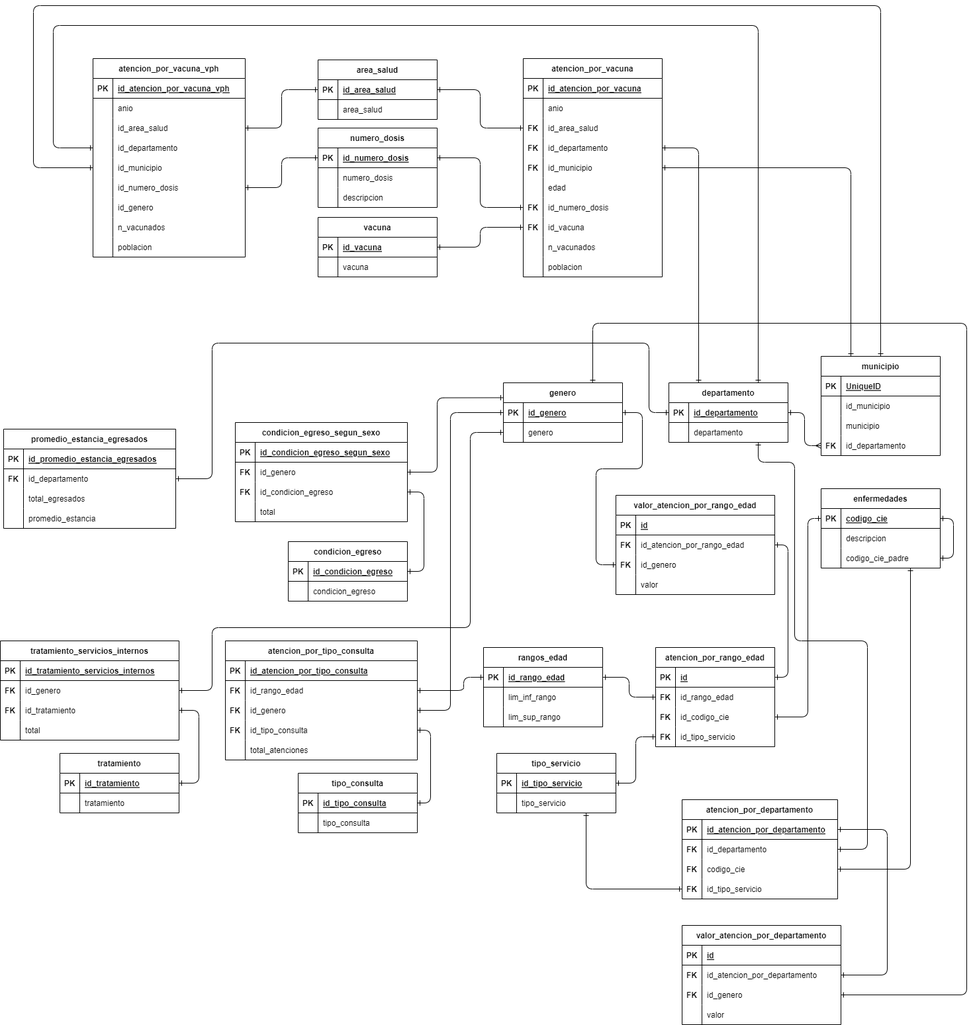
Earlier version of the draw.io export diagrama_de_tablas.png (cresb-49/Practica_Salud_BD1). Source tidied: cells renumbered, new cells last; positions are measured from the earlier drawing's top-left corner, leaving out a move shared by most shapes.
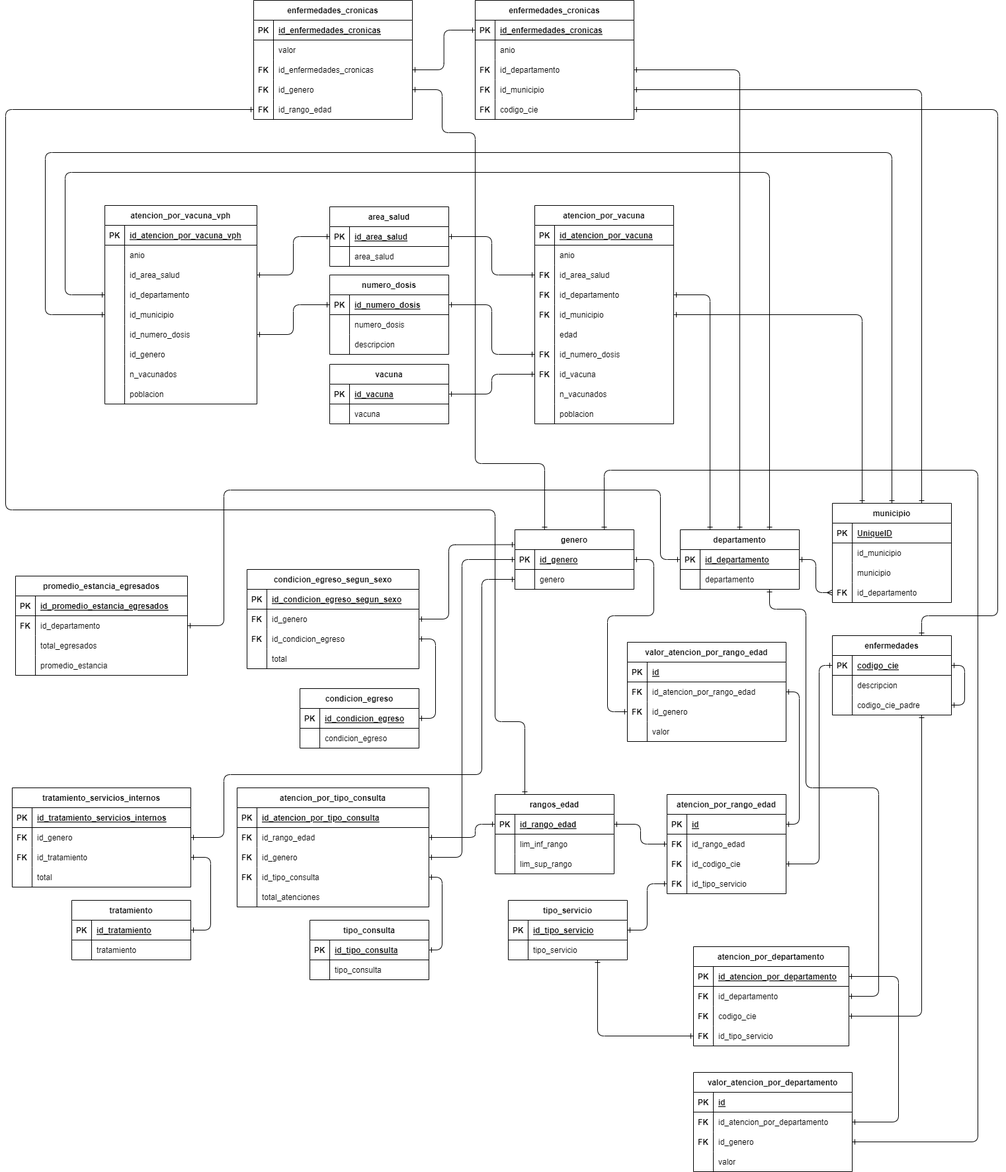
Above is the later version.

Change to the diagram source:
```diff
@@ -19,6 +19,17 @@
         </Array>
       </mxGeometry>
     </mxCell>
+    <mxCell id="296" style="edgeStyle=orthogonalEdgeStyle;html=1;exitX=0.25;exitY=0;exitDx=0;exitDy=0;entryX=1;entryY=0.5;entryDx=0;entryDy=0;startArrow=ERone;startFill=0;endArrow=ERone;endFill=0;" parent="1" edge="1" source="4" target="327">
+      <mxGeometry relative="1" as="geometry">
+        <Array as="points">
+          <mxPoint x="805" y="470" />
+          <mxPoint x="700" y="470" />
+          <mxPoint x="700" y="-30" />
+          <mxPoint x="650" y="-30" />
+          <mxPoint x="650" y="-95" />
+        </Array>
+      </mxGeometry>
+    </mxCell>
     <mxCell id="4" value="genero" style="shape=table;startSize=30;rowLines=0;fontStyle=1;align=center;" parent="1" vertex="1">
       <mxGeometry x="760" y="570" width="180" height="90" as="geometry" />
     </mxCell>
@@ -62,6 +73,9 @@
     <mxCell id="13" style="edgeStyle=orthogonalEdgeStyle;html=1;exitX=0.25;exitY=0;exitDx=0;exitDy=0;entryX=1;entryY=0.5;entryDx=0;entryDy=0;startArrow=ERone;startFill=0;endArrow=ERone;endFill=0;" parent="1" edge="1" source="14" target="240">
       <mxGeometry relative="1" as="geometry" />
     </mxCell>
+    <mxCell id="297" style="edgeStyle=orthogonalEdgeStyle;html=1;exitX=0.5;exitY=0;exitDx=0;exitDy=0;entryX=1;entryY=0.5;entryDx=0;entryDy=0;endArrow=ERone;endFill=0;startArrow=ERone;startFill=0;" parent="1" edge="1" source="14" target="308">
+      <mxGeometry relative="1" as="geometry" />
+    </mxCell>
     <mxCell id="14" value="departamento" style="shape=table;startSize=30;rowLines=0;fontStyle=1;align=center;" parent="1" vertex="1">
       <mxGeometry x="1010" y="570" width="180" height="90" as="geometry" />
     </mxCell>
@@ -86,6 +100,9 @@
     <mxCell id="21" style="edgeStyle=orthogonalEdgeStyle;html=1;exitX=0.25;exitY=0;exitDx=0;exitDy=0;entryX=1;entryY=0.5;entryDx=0;entryDy=0;startArrow=ERone;startFill=0;endArrow=ERone;endFill=0;" parent="1" edge="1" source="22" target="243">
       <mxGeometry relative="1" as="geometry" />
     </mxCell>
+    <mxCell id="298" style="edgeStyle=orthogonalEdgeStyle;html=1;exitX=0.75;exitY=0;exitDx=0;exitDy=0;entryX=1;entryY=0.5;entryDx=0;entryDy=0;startArrow=ERone;startFill=0;endArrow=ERone;endFill=0;" parent="1" edge="1" source="22" target="311">
+      <mxGeometry relative="1" as="geometry" />
+    </mxCell>
     <mxCell id="22" value="municipio" style="shape=table;startSize=30;rowLines=0;fontStyle=1;align=center;" parent="1" vertex="1">
       <mxGeometry x="1240" y="530" width="180" height="150" as="geometry" />
     </mxCell>
@@ -152,6 +169,15 @@
     <mxCell id="43" style="edgeStyle=orthogonalEdgeStyle;html=1;exitX=0.75;exitY=1;exitDx=0;exitDy=0;entryX=1;entryY=0.5;entryDx=0;entryDy=0;startArrow=ERone;startFill=0;endArrow=ERone;endFill=0;" parent="1" edge="1" source="44" target="125">
       <mxGeometry relative="1" as="geometry" />
     </mxCell>
+    <mxCell id="299" style="edgeStyle=orthogonalEdgeStyle;html=1;exitX=0.75;exitY=0;exitDx=0;exitDy=0;entryX=1;entryY=0.5;entryDx=0;entryDy=0;startArrow=ERone;startFill=0;endArrow=ERone;endFill=0;" parent="1" edge="1" source="44" target="314">
+      <mxGeometry relative="1" as="geometry">
+        <Array as="points">
+          <mxPoint x="1375" y="700" />
+          <mxPoint x="1490" y="700" />
+          <mxPoint x="1490" y="-65" />
+        </Array>
+      </mxGeometry>
+    </mxCell>
     <mxCell id="44" value="enfermedades" style="shape=table;startSize=30;rowLines=0;fontStyle=1;align=center;" parent="1" vertex="1">
       <mxGeometry x="1240" y="730" width="180" height="120" as="geometry" />
     </mxCell>
@@ -256,6 +282,17 @@
     <mxCell id="76" value="tipo_servicio" style="shape=partialRectangle;fillColor=none;top=0;left=0;bottom=0;right=0;align=left;spacingLeft=6;overflow=hidden;" parent="74" vertex="1">
       <mxGeometry x="30" width="150" height="30" as="geometry" />
     </mxCell>
+    <mxCell id="300" style="edgeStyle=orthogonalEdgeStyle;html=1;exitX=0.25;exitY=0;exitDx=0;exitDy=0;entryX=0;entryY=0.5;entryDx=0;entryDy=0;startArrow=ERone;startFill=0;endArrow=ERone;endFill=0;" parent="1" edge="1" source="77" target="330">
+      <mxGeometry relative="1" as="geometry">
+        <Array as="points">
+          <mxPoint x="775" y="860" />
+          <mxPoint x="730" y="860" />
+          <mxPoint x="730" y="540" />
+          <mxPoint x="-10" y="540" />
+          <mxPoint x="-10" y="-65" />
+        </Array>
+      </mxGeometry>
+    </mxCell>
     <mxCell id="77" value="rangos_edad" style="shape=table;startSize=30;rowLines=0;fontStyle=1;align=center;" parent="1" vertex="1">
       <mxGeometry x="730" y="970" width="180" height="120" as="geometry" />
     </mxCell>
@@ -981,5 +1018,104 @@
         </Array>
       </mxGeometry>
     </mxCell>
+    <mxCell id="301" value="enfermedades_cronicas" style="shape=table;startSize=30;rowLines=0;fontStyle=1;align=center;" parent="1" vertex="1">
+      <mxGeometry x="700" y="-230" width="240" height="180" as="geometry" />
+    </mxCell>
+    <mxCell id="302" style="shape=tableRow;horizontal=0;startSize=0;swimlaneHead=0;swimlaneBody=0;fillColor=none;points=[[0,0.5],[1,0.5]];portConstraint=eastwest;top=0;left=0;right=0;bottom=1;" parent="301" vertex="1">
+      <mxGeometry y="30" width="240" height="30" as="geometry" />
+    </mxCell>
+    <mxCell id="303" value="PK" style="shape=partialRectangle;fillColor=none;top=0;left=0;bottom=0;right=0;fontStyle=1;overflow=hidden;" parent="302" vertex="1">
+      <mxGeometry width="30" height="30" as="geometry" />
+    </mxCell>
+    <mxCell id="304" value="id_enfermedades_cronicas" style="shape=partialRectangle;fillColor=none;top=0;left=0;bottom=0;right=0;align=left;spacingLeft=6;fontStyle=5;overflow=hidden;" parent="302" vertex="1">
+      <mxGeometry x="30" width="210" height="30" as="geometry" />
+    </mxCell>
+    <mxCell id="305" style="shape=tableRow;horizontal=0;startSize=0;swimlaneHead=0;swimlaneBody=0;fillColor=none;top=0;left=0;right=0;bottom=0;" parent="301" vertex="1">
+      <mxGeometry y="60" width="240" height="30" as="geometry" />
+    </mxCell>
+    <mxCell id="306" style="shape=partialRectangle;fillColor=none;top=0;left=0;bottom=0;right=0;overflow=hidden;" parent="305" vertex="1">
+      <mxGeometry width="30" height="30" as="geometry" />
+    </mxCell>
+    <mxCell id="307" value="anio" style="shape=partialRectangle;fillColor=none;top=0;left=0;bottom=0;right=0;align=left;spacingLeft=6;overflow=hidden;" parent="305" vertex="1">
+      <mxGeometry x="30" width="210" height="30" as="geometry" />
+    </mxCell>
+    <mxCell id="308" style="shape=tableRow;horizontal=0;startSize=0;swimlaneHead=0;swimlaneBody=0;fillColor=none;points=[[0,0.5],[1,0.5]];portConstraint=eastwest;top=0;left=0;right=0;bottom=0;" parent="301" vertex="1">
+      <mxGeometry y="90" width="240" height="30" as="geometry" />
+    </mxCell>
+    <mxCell id="309" value="FK" style="shape=partialRectangle;fillColor=none;top=0;left=0;bottom=0;right=0;overflow=hidden;fontStyle=1;" parent="308" vertex="1">
+      <mxGeometry width="30" height="30" as="geometry" />
+    </mxCell>
+    <mxCell id="310" value="id_departamento" style="shape=partialRectangle;fillColor=none;top=0;left=0;bottom=0;right=0;align=left;spacingLeft=6;overflow=hidden;" parent="308" vertex="1">
+      <mxGeometry x="30" width="210" height="30" as="geometry" />
+    </mxCell>
+    <mxCell id="311" style="shape=tableRow;horizontal=0;startSize=0;swimlaneHead=0;swimlaneBody=0;fillColor=none;points=[[0,0.5],[1,0.5]];portConstraint=eastwest;top=0;left=0;right=0;bottom=0;" parent="301" vertex="1">
+      <mxGeometry y="120" width="240" height="30" as="geometry" />
+    </mxCell>
+    <mxCell id="312" value="FK" style="shape=partialRectangle;fillColor=none;top=0;left=0;bottom=0;right=0;overflow=hidden;fontStyle=1;" parent="311" vertex="1">
+      <mxGeometry width="30" height="30" as="geometry" />
+    </mxCell>
+    <mxCell id="313" value="id_municipio" style="shape=partialRectangle;fillColor=none;top=0;left=0;bottom=0;right=0;align=left;spacingLeft=6;overflow=hidden;" parent="311" vertex="1">
+      <mxGeometry x="30" width="210" height="30" as="geometry" />
+    </mxCell>
+    <mxCell id="314" style="shape=tableRow;horizontal=0;startSize=0;swimlaneHead=0;swimlaneBody=0;fillColor=none;points=[[0,0.5],[1,0.5]];portConstraint=eastwest;top=0;left=0;right=0;bottom=0;" parent="301" vertex="1">
+      <mxGeometry y="150" width="240" height="30" as="geometry" />
+    </mxCell>
+    <mxCell id="315" value="FK" style="shape=partialRectangle;fillColor=none;top=0;left=0;bottom=0;right=0;overflow=hidden;fontStyle=1;" parent="314" vertex="1">
+      <mxGeometry width="30" height="30" as="geometry" />
+    </mxCell>
+    <mxCell id="316" value="codigo_cie" style="shape=partialRectangle;fillColor=none;top=0;left=0;bottom=0;right=0;align=left;spacingLeft=6;overflow=hidden;" parent="314" vertex="1">
+      <mxGeometry x="30" width="210" height="30" as="geometry" />
+    </mxCell>
+    <mxCell id="317" value="enfermedades_cronicas" style="shape=table;startSize=30;rowLines=0;fontStyle=1;align=center;" parent="1" vertex="1">
+      <mxGeometry x="365" y="-230" width="240" height="180" as="geometry" />
+    </mxCell>
+    <mxCell id="318" style="shape=tableRow;horizontal=0;startSize=0;swimlaneHead=0;swimlaneBody=0;fillColor=none;top=0;left=0;right=0;bottom=1;" parent="317" vertex="1">
+      <mxGeometry y="30" width="240" height="30" as="geometry" />
+    </mxCell>
+    <mxCell id="319" value="PK" style="shape=partialRectangle;fillColor=none;top=0;left=0;bottom=0;right=0;fontStyle=1;overflow=hidden;" parent="318" vertex="1">
+      <mxGeometry width="30" height="30" as="geometry" />
+    </mxCell>
+    <mxCell id="320" value="id_enfermedades_cronicas" style="shape=partialRectangle;fillColor=none;top=0;left=0;bottom=0;right=0;align=left;spacingLeft=6;fontStyle=5;overflow=hidden;" parent="318" vertex="1">
+      <mxGeometry x="30" width="210" height="30" as="geometry" />
+    </mxCell>
+    <mxCell id="321" style="shape=tableRow;horizontal=0;startSize=0;swimlaneHead=0;swimlaneBody=0;fillColor=none;top=0;left=0;right=0;bottom=0;" parent="317" vertex="1">
+      <mxGeometry y="60" width="240" height="30" as="geometry" />
+    </mxCell>
+    <mxCell id="322" style="shape=partialRectangle;fillColor=none;top=0;left=0;bottom=0;right=0;overflow=hidden;" parent="321" vertex="1">
+      <mxGeometry width="30" height="30" as="geometry" />
+    </mxCell>
+    <mxCell id="323" value="valor" style="shape=partialRectangle;fillColor=none;top=0;left=0;bottom=0;right=0;align=left;spacingLeft=6;overflow=hidden;" parent="321" vertex="1">
+      <mxGeometry x="30" width="210" height="30" as="geometry" />
+    </mxCell>
+    <mxCell id="324" style="shape=tableRow;horizontal=0;startSize=0;swimlaneHead=0;swimlaneBody=0;fillColor=none;points=[[0,0.5],[1,0.5]];portConstraint=eastwest;top=0;left=0;right=0;bottom=0;" parent="317" vertex="1">
+      <mxGeometry y="90" width="240" height="30" as="geometry" />
+    </mxCell>
+    <mxCell id="325" value="FK" style="shape=partialRectangle;fillColor=none;top=0;left=0;bottom=0;right=0;overflow=hidden;fontStyle=1;" parent="324" vertex="1">
+      <mxGeometry width="30" height="30" as="geometry" />
+    </mxCell>
+    <mxCell id="326" value="id_enfermedades_cronicas" style="shape=partialRectangle;fillColor=none;top=0;left=0;bottom=0;right=0;align=left;spacingLeft=6;overflow=hidden;" parent="324" vertex="1">
+      <mxGeometry x="30" width="210" height="30" as="geometry" />
+    </mxCell>
+    <mxCell id="327" style="shape=tableRow;horizontal=0;startSize=0;swimlaneHead=0;swimlaneBody=0;fillColor=none;points=[[0,0.5],[1,0.5]];portConstraint=eastwest;top=0;left=0;right=0;bottom=0;" parent="317" vertex="1">
+      <mxGeometry y="120" width="240" height="30" as="geometry" />
+    </mxCell>
+    <mxCell id="328" value="FK" style="shape=partialRectangle;fillColor=none;top=0;left=0;bottom=0;right=0;overflow=hidden;fontStyle=1;" parent="327" vertex="1">
+      <mxGeometry width="30" height="30" as="geometry" />
+    </mxCell>
+    <mxCell id="329" value="id_genero" style="shape=partialRectangle;fillColor=none;top=0;left=0;bottom=0;right=0;align=left;spacingLeft=6;overflow=hidden;" parent="327" vertex="1">
+      <mxGeometry x="30" width="210" height="30" as="geometry" />
+    </mxCell>
+    <mxCell id="330" style="shape=tableRow;horizontal=0;startSize=0;swimlaneHead=0;swimlaneBody=0;fillColor=none;points=[[0,0.5],[1,0.5]];portConstraint=eastwest;top=0;left=0;right=0;bottom=0;" parent="317" vertex="1">
+      <mxGeometry y="150" width="240" height="30" as="geometry" />
+    </mxCell>
+    <mxCell id="331" value="FK" style="shape=partialRectangle;fillColor=none;top=0;left=0;bottom=0;right=0;overflow=hidden;fontStyle=1;" parent="330" vertex="1">
+      <mxGeometry width="30" height="30" as="geometry" />
+    </mxCell>
+    <mxCell id="332" value="id_rango_edad" style="shape=partialRectangle;fillColor=none;top=0;left=0;bottom=0;right=0;align=left;spacingLeft=6;overflow=hidden;" parent="330" vertex="1">
+      <mxGeometry x="30" width="210" height="30" as="geometry" />
+    </mxCell>
+    <mxCell id="333" style="edgeStyle=orthogonalEdgeStyle;html=1;exitX=0;exitY=0.5;exitDx=0;exitDy=0;entryX=1;entryY=0.5;entryDx=0;entryDy=0;startArrow=ERone;startFill=0;endArrow=ERone;endFill=0;" parent="1" edge="1" source="302" target="324">
+      <mxGeometry relative="1" as="geometry" />
+    </mxCell>
   </root>
 </mxGraphModel>
```
